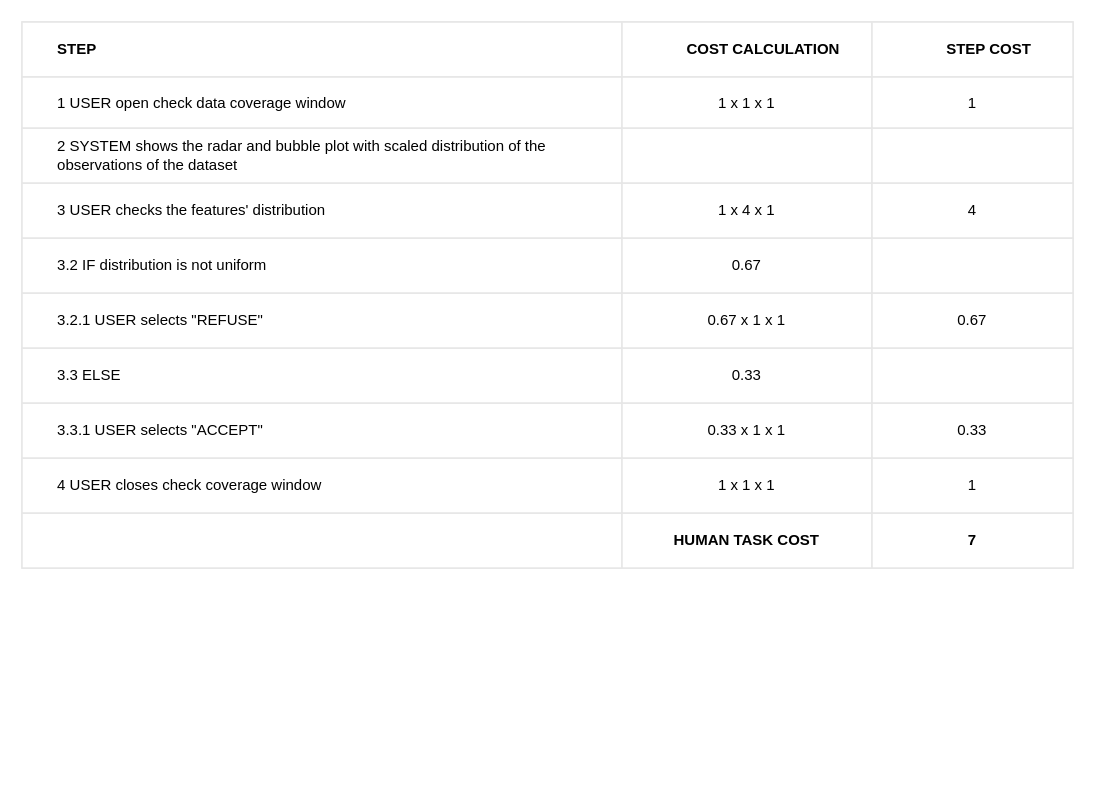
Above: check coverage/check_coverage_table.drawio in BaffoBello14/AutomaticDamagesRecognition (draw.io), before the change. Source tidied: cells renumbered, new cells numbered last; positions are measured from the earlier drawing's top-left corner, leaving out a move shared by most shapes. Both pictures are drawn from the tidied source at 125%, with x=0, y=0 at pixel (21, 21).
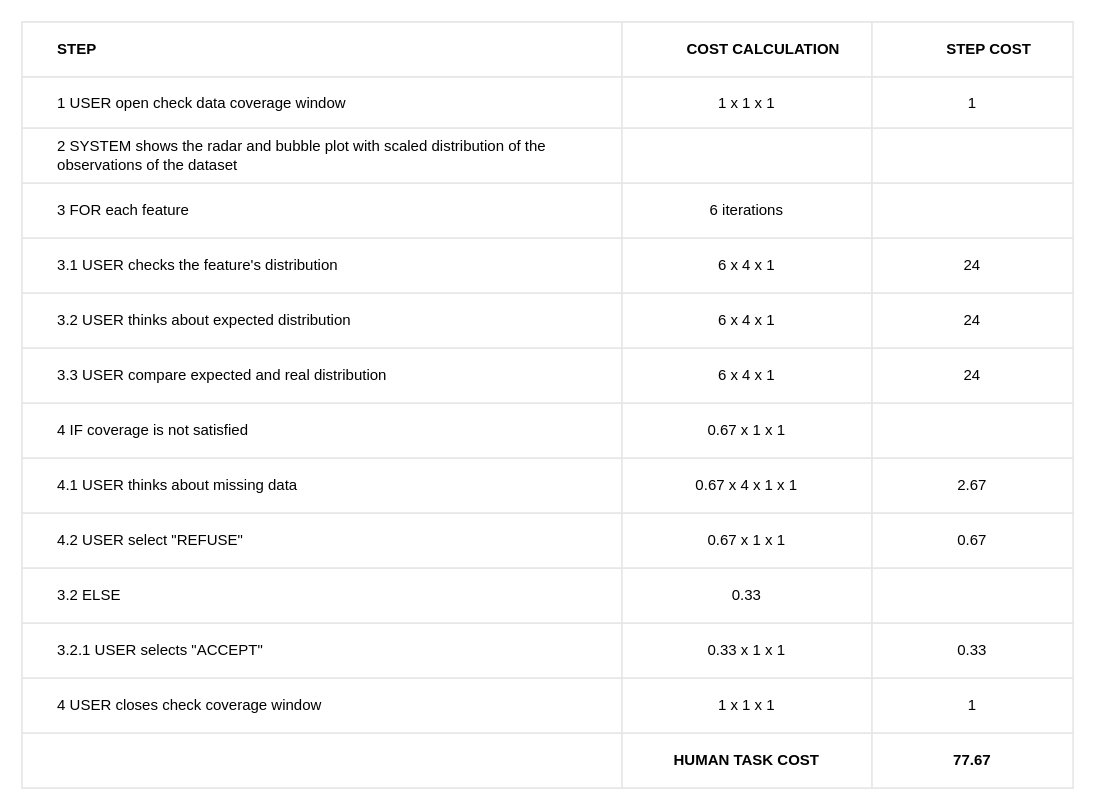
The same page after the edit.

The edit, as a diff of the source:
```diff
@@
     <mxCell id="2" style="childLayout=tableLayout;shadow=0;strokeColor=#E6E6E6;align=center;" parent="1" vertex="1">
-      <mxGeometry width="841" height="437" as="geometry" />
+      <mxGeometry width="841" height="613" as="geometry" />
     </mxCell>
@@
+    <mxCell id="43" style="shape=tableRow;horizontal=0;startSize=0;swimlaneHead=0;swimlaneBody=0;top=0;left=0;bottom=0;right=0;fontStyle=0;fillColor=none;strokeColor=inherit;align=center;" parent="2" vertex="1">
+      <mxGeometry y="129" width="841" height="44" as="geometry" />
+    </mxCell>
+    <mxCell id="44" value="&lt;span style=&quot;white-space: pre;&quot;&gt;&#9;&lt;/span&gt;3 FOR each feature" style="strokeColor=inherit;fillColor=none;align=left;whiteSpace=wrap;html=1;labelPosition=center;verticalLabelPosition=middle;verticalAlign=middle;" parent="43" vertex="1">
+      <mxGeometry width="480" height="44" as="geometry" />
+    </mxCell>
+    <mxCell id="45" value="6 iterations" style="strokeColor=inherit;fillColor=none;align=center;whiteSpace=wrap;html=1;" parent="43" vertex="1">
+      <mxGeometry x="480" width="200" height="44" as="geometry" />
+    </mxCell>
+    <mxCell id="46" style="strokeColor=inherit;fillColor=none;align=center;whiteSpace=wrap;html=1;" parent="43" vertex="1">
+      <mxGeometry x="680" width="161" height="44" as="geometry" />
+    </mxCell>
     <mxCell id="15" style="shape=tableRow;horizontal=0;startSize=0;swimlaneHead=0;swimlaneBody=0;top=0;left=0;bottom=0;right=0;fontStyle=0;fillColor=none;strokeColor=inherit;align=center;" parent="2" vertex="1">
-      <mxGeometry y="129" width="841" height="44" as="geometry" />
+      <mxGeometry y="173" width="841" height="44" as="geometry" />
     </mxCell>
-    <mxCell id="16" value="&lt;span style=&quot;white-space: pre;&quot;&gt;&#9;&lt;/span&gt;3 USER checks the features' distribution" style="strokeColor=inherit;fillColor=none;align=left;whiteSpace=wrap;html=1;labelPosition=center;verticalLabelPosition=middle;verticalAlign=middle;" parent="15" vertex="1">
+    <mxCell id="16" value="&lt;span style=&quot;white-space: pre;&quot;&gt;&#9;&lt;/span&gt;3.1 USER checks the feature's distribution" style="strokeColor=inherit;fillColor=none;align=left;whiteSpace=wrap;html=1;labelPosition=center;verticalLabelPosition=middle;verticalAlign=middle;" parent="15" vertex="1">
       <mxGeometry width="480" height="44" as="geometry" />
     </mxCell>
-    <mxCell id="17" value="1 x 4 x 1" style="strokeColor=inherit;fillColor=none;align=center;whiteSpace=wrap;html=1;" parent="15" vertex="1">
+    <mxCell id="17" value="6 x 4 x 1" style="strokeColor=inherit;fillColor=none;align=center;whiteSpace=wrap;html=1;" parent="15" vertex="1">
       <mxGeometry x="480" width="200" height="44" as="geometry" />
     </mxCell>
-    <mxCell id="18" value="4" style="strokeColor=inherit;fillColor=none;align=center;whiteSpace=wrap;html=1;" parent="15" vertex="1">
+    <mxCell id="18" value="24" style="strokeColor=inherit;fillColor=none;align=center;whiteSpace=wrap;html=1;" parent="15" vertex="1">
       <mxGeometry x="680" width="161" height="44" as="geometry" />
     </mxCell>
+    <mxCell id="47" style="shape=tableRow;horizontal=0;startSize=0;swimlaneHead=0;swimlaneBody=0;top=0;left=0;bottom=0;right=0;fontStyle=0;fillColor=none;strokeColor=inherit;align=center;" parent="2" vertex="1">
+      <mxGeometry y="217" width="841" height="44" as="geometry" />
+    </mxCell>
+    <mxCell id="48" value="&lt;span style=&quot;white-space: pre;&quot;&gt;&#9;&lt;/span&gt;3.2 USER thinks about expected distribution" style="strokeColor=inherit;fillColor=none;align=left;whiteSpace=wrap;html=1;labelPosition=center;verticalLabelPosition=middle;verticalAlign=middle;" parent="47" vertex="1">
+      <mxGeometry width="480" height="44" as="geometry" />
+    </mxCell>
+    <mxCell id="49" value="6 x 4 x 1" style="strokeColor=inherit;fillColor=none;align=center;whiteSpace=wrap;html=1;" parent="47" vertex="1">
+      <mxGeometry x="480" width="200" height="44" as="geometry" />
+    </mxCell>
+    <mxCell id="50" value="24" style="strokeColor=inherit;fillColor=none;align=center;whiteSpace=wrap;html=1;" parent="47" vertex="1">
+      <mxGeometry x="680" width="161" height="44" as="geometry" />
+    </mxCell>
     <mxCell id="19" style="shape=tableRow;horizontal=0;startSize=0;swimlaneHead=0;swimlaneBody=0;top=0;left=0;bottom=0;right=0;fontStyle=0;fillColor=none;strokeColor=inherit;align=center;" parent="2" vertex="1">
-      <mxGeometry y="173" width="841" height="44" as="geometry" />
+      <mxGeometry y="261" width="841" height="44" as="geometry" />
     </mxCell>
-    <mxCell id="20" value="&lt;span style=&quot;white-space: pre;&quot;&gt;&#9;&lt;/span&gt;3.2 IF distribution is not uniform" style="strokeColor=inherit;fillColor=none;align=left;whiteSpace=wrap;html=1;labelPosition=center;verticalLabelPosition=middle;verticalAlign=middle;" parent="19" vertex="1">
+    <mxCell id="20" value="&lt;span style=&quot;white-space: pre;&quot;&gt;&#9;&lt;/span&gt;3.3 USER compare expected and real distribution" style="strokeColor=inherit;fillColor=none;align=left;whiteSpace=wrap;html=1;labelPosition=center;verticalLabelPosition=middle;verticalAlign=middle;" parent="19" vertex="1">
       <mxGeometry width="480" height="44" as="geometry" />
     </mxCell>
-    <mxCell id="21" value="0.67" style="strokeColor=inherit;fillColor=none;align=center;whiteSpace=wrap;html=1;" parent="19" vertex="1">
+    <mxCell id="21" value="6 x 4 x 1" style="strokeColor=inherit;fillColor=none;align=center;whiteSpace=wrap;html=1;" parent="19" vertex="1">
       <mxGeometry x="480" width="200" height="44" as="geometry" />
     </mxCell>
-    <mxCell id="22" style="strokeColor=inherit;fillColor=none;align=center;whiteSpace=wrap;html=1;" parent="19" vertex="1">
+    <mxCell id="22" value="24" style="strokeColor=inherit;fillColor=none;align=center;whiteSpace=wrap;html=1;" parent="19" vertex="1">
       <mxGeometry x="680" width="161" height="44" as="geometry" />
     </mxCell>
     <mxCell id="23" style="shape=tableRow;horizontal=0;startSize=0;swimlaneHead=0;swimlaneBody=0;top=0;left=0;bottom=0;right=0;fontStyle=0;fillColor=none;strokeColor=inherit;align=center;" parent="2" vertex="1">
-      <mxGeometry y="217" width="841" height="44" as="geometry" />
+      <mxGeometry y="305" width="841" height="44" as="geometry" />
     </mxCell>
-    <mxCell id="24" value="&#9;&lt;span style=&quot;white-space: pre;&quot;&gt;&#9;&lt;/span&gt;3.2.1 USER selects &quot;REFUSE&quot;" style="strokeColor=inherit;fillColor=none;align=left;whiteSpace=wrap;html=1;labelPosition=center;verticalLabelPosition=middle;verticalAlign=middle;" parent="23" vertex="1">
+    <mxCell id="24" value="&lt;span style=&quot;white-space: pre;&quot;&gt;&#9;&lt;/span&gt;4 IF coverage is not satisfied" style="strokeColor=inherit;fillColor=none;align=left;whiteSpace=wrap;html=1;labelPosition=center;verticalLabelPosition=middle;verticalAlign=middle;" parent="23" vertex="1">
       <mxGeometry width="480" height="44" as="geometry" />
     </mxCell>
@@
-    <mxCell id="26" value="0.67" style="strokeColor=inherit;fillColor=none;align=center;whiteSpace=wrap;html=1;" parent="23" vertex="1">
+    <mxCell id="26" style="strokeColor=inherit;fillColor=none;align=center;whiteSpace=wrap;html=1;" parent="23" vertex="1">
       <mxGeometry x="680" width="161" height="44" as="geometry" />
     </mxCell>
+    <mxCell id="51" style="shape=tableRow;horizontal=0;startSize=0;swimlaneHead=0;swimlaneBody=0;top=0;left=0;bottom=0;right=0;fontStyle=0;fillColor=none;strokeColor=inherit;align=center;" parent="2" vertex="1">
+      <mxGeometry y="349" width="841" height="44" as="geometry" />
+    </mxCell>
+    <mxCell id="52" value="&lt;span style=&quot;white-space: pre;&quot;&gt;&#9;&lt;/span&gt;4.1 USER thinks about missing data&amp;nbsp;" style="strokeColor=inherit;fillColor=none;align=left;whiteSpace=wrap;html=1;labelPosition=center;verticalLabelPosition=middle;verticalAlign=middle;" parent="51" vertex="1">
+      <mxGeometry width="480" height="44" as="geometry" />
+    </mxCell>
+    <mxCell id="53" value="0.67 x 4 x 1 x 1" style="strokeColor=inherit;fillColor=none;align=center;whiteSpace=wrap;html=1;" parent="51" vertex="1">
+      <mxGeometry x="480" width="200" height="44" as="geometry" />
+    </mxCell>
+    <mxCell id="54" value="2.67" style="strokeColor=inherit;fillColor=none;align=center;whiteSpace=wrap;html=1;" parent="51" vertex="1">
+      <mxGeometry x="680" width="161" height="44" as="geometry" />
+    </mxCell>
+    <mxCell id="55" style="shape=tableRow;horizontal=0;startSize=0;swimlaneHead=0;swimlaneBody=0;top=0;left=0;bottom=0;right=0;fontStyle=0;fillColor=none;strokeColor=inherit;align=center;" parent="2" vertex="1">
+      <mxGeometry y="393" width="841" height="44" as="geometry" />
+    </mxCell>
+    <mxCell id="56" value="&lt;span style=&quot;white-space: pre;&quot;&gt;&#9;&lt;/span&gt;4.2 USER select &quot;REFUSE&quot;" style="strokeColor=inherit;fillColor=none;align=left;whiteSpace=wrap;html=1;labelPosition=center;verticalLabelPosition=middle;verticalAlign=middle;" parent="55" vertex="1">
+      <mxGeometry width="480" height="44" as="geometry" />
+    </mxCell>
+    <mxCell id="57" value="0.67 x 1 x 1" style="strokeColor=inherit;fillColor=none;align=center;whiteSpace=wrap;html=1;" parent="55" vertex="1">
+      <mxGeometry x="480" width="200" height="44" as="geometry" />
+    </mxCell>
+    <mxCell id="58" value="0.67" style="strokeColor=inherit;fillColor=none;align=center;whiteSpace=wrap;html=1;" parent="55" vertex="1">
+      <mxGeometry x="680" width="161" height="44" as="geometry" />
+    </mxCell>
     <mxCell id="27" style="shape=tableRow;horizontal=0;startSize=0;swimlaneHead=0;swimlaneBody=0;top=0;left=0;bottom=0;right=0;fontStyle=0;fillColor=none;strokeColor=inherit;align=center;" parent="2" vertex="1">
-      <mxGeometry y="261" width="841" height="44" as="geometry" />
+      <mxGeometry y="437" width="841" height="44" as="geometry" />
     </mxCell>
-    <mxCell id="28" value="&lt;span style=&quot;white-space: pre;&quot;&gt;&#9;&lt;/span&gt;3.3 ELSE" style="strokeColor=inherit;fillColor=none;align=left;whiteSpace=wrap;html=1;labelPosition=center;verticalLabelPosition=middle;verticalAlign=middle;" parent="27" vertex="1">
+    <mxCell id="28" value="&lt;span style=&quot;white-space: pre;&quot;&gt;&#9;&lt;/span&gt;3.2 ELSE" style="strokeColor=inherit;fillColor=none;align=left;whiteSpace=wrap;html=1;labelPosition=center;verticalLabelPosition=middle;verticalAlign=middle;" parent="27" vertex="1">
       <mxGeometry width="480" height="44" as="geometry" />
     </mxCell>
@@
     <mxCell id="31" style="shape=tableRow;horizontal=0;startSize=0;swimlaneHead=0;swimlaneBody=0;top=0;left=0;bottom=0;right=0;fontStyle=0;fillColor=none;strokeColor=inherit;align=center;" parent="2" vertex="1">
-      <mxGeometry y="305" width="841" height="44" as="geometry" />
+      <mxGeometry y="481" width="841" height="44" as="geometry" />
     </mxCell>
-    <mxCell id="32" value="&lt;span style=&quot;white-space: pre;&quot;&gt;&#9;&lt;/span&gt;3.3.1 USER selects &quot;ACCEPT&quot;" style="strokeColor=inherit;fillColor=none;align=left;whiteSpace=wrap;html=1;labelPosition=center;verticalLabelPosition=middle;verticalAlign=middle;" parent="31" vertex="1">
+    <mxCell id="32" value="&lt;span style=&quot;white-space: pre;&quot;&gt;&#9;&lt;/span&gt;3.2.1 USER selects &quot;ACCEPT&quot;" style="strokeColor=inherit;fillColor=none;align=left;whiteSpace=wrap;html=1;labelPosition=center;verticalLabelPosition=middle;verticalAlign=middle;" parent="31" vertex="1">
       <mxGeometry width="480" height="44" as="geometry" />
     </mxCell>
@@
     <mxCell id="35" style="shape=tableRow;horizontal=0;startSize=0;swimlaneHead=0;swimlaneBody=0;top=0;left=0;bottom=0;right=0;fontStyle=0;fillColor=none;strokeColor=inherit;align=center;" parent="2" vertex="1">
-      <mxGeometry y="349" width="841" height="44" as="geometry" />
+      <mxGeometry y="525" width="841" height="44" as="geometry" />
     </mxCell>
@@
     <mxCell id="39" style="shape=tableRow;horizontal=0;startSize=0;swimlaneHead=0;swimlaneBody=0;top=0;left=0;bottom=0;right=0;fontStyle=0;fillColor=none;strokeColor=inherit;align=center;" parent="2" vertex="1">
-      <mxGeometry y="393" width="841" height="44" as="geometry" />
+      <mxGeometry y="569" width="841" height="44" as="geometry" />
     </mxCell>
@@
-    <mxCell id="42" value="7" style="strokeColor=inherit;fillColor=none;align=center;whiteSpace=wrap;html=1;fontStyle=1;" parent="39" vertex="1">
+    <mxCell id="42" value="77.67" style="strokeColor=inherit;fillColor=none;align=center;whiteSpace=wrap;html=1;fontStyle=1;" parent="39" vertex="1">
       <mxGeometry x="680" width="161" height="44" as="geometry" />
     </mxCell>
```
